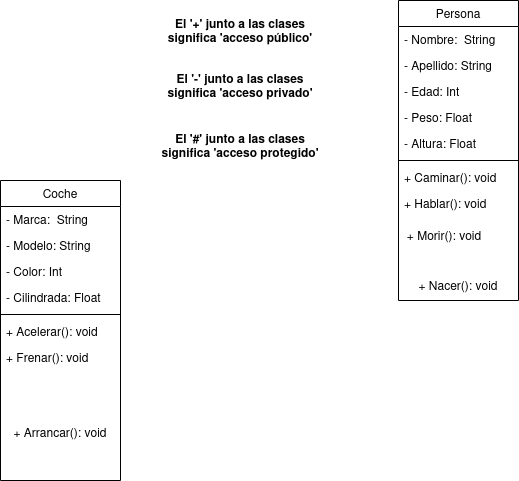
Before: Tareas/Diagrama_Persona.drawio.png, a diagram exported from draw.io (edumel20/Diagrama_Clases). Source tidied: cells renumbered, new cells last; positions are measured from the earlier drawing's top-left corner, leaving out a move shared by most shapes.
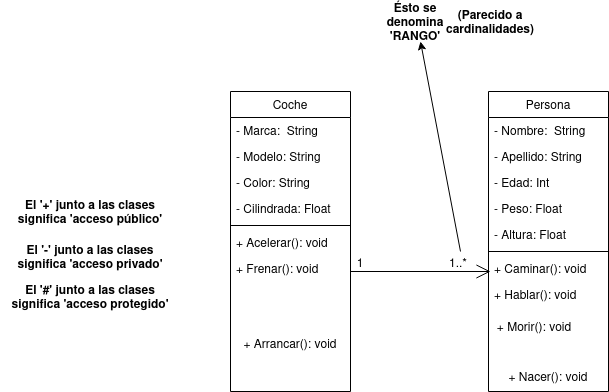
After the commit.

The edit, as a diff of the source:
```diff
@@ -36,16 +36,16 @@
       <mxGeometry x="398" y="220" width="92" height="30" as="geometry" />
     </mxCell>
     <mxCell id="13" value="&lt;b&gt;El '+' junto a las clases significa 'acceso público'&lt;br&gt;&lt;/b&gt;" style="text;html=1;strokeColor=none;fillColor=none;align=center;verticalAlign=middle;whiteSpace=wrap;rounded=0;" parent="1" vertex="1">
-      <mxGeometry x="150" y="10" width="180" height="40" as="geometry" />
+      <mxGeometry x="-90" y="100" width="180" height="40" as="geometry" />
     </mxCell>
     <mxCell id="14" value="&lt;b&gt;El '-' junto a las clases significa 'acceso privado'&lt;br&gt;&lt;/b&gt;" style="text;html=1;strokeColor=none;fillColor=none;align=center;verticalAlign=middle;whiteSpace=wrap;rounded=0;" parent="1" vertex="1">
-      <mxGeometry x="150" y="70" width="180" height="30" as="geometry" />
+      <mxGeometry x="-90" y="150" width="180" height="30" as="geometry" />
     </mxCell>
     <mxCell id="15" value="&lt;b&gt;El '#' junto a las clases significa 'acceso protegido'&lt;br&gt;&lt;/b&gt;" style="text;html=1;strokeColor=none;fillColor=none;align=center;verticalAlign=middle;whiteSpace=wrap;rounded=0;" parent="1" vertex="1">
-      <mxGeometry x="150" y="130" width="180" height="30" as="geometry" />
+      <mxGeometry x="-90" y="190" width="180" height="30" as="geometry" />
     </mxCell>
     <mxCell id="16" value="Coche" style="swimlane;fontStyle=0;align=center;verticalAlign=top;horizontal=1;startSize=26;rounded=0;shadow=0;strokeWidth=1;" parent="1" vertex="1">
-      <mxGeometry y="180" width="120" height="300" as="geometry" />
+      <mxGeometry x="140" width="120" height="300" as="geometry" />
     </mxCell>
     <mxCell id="17" value="- Marca:  String" style="text;align=left;verticalAlign=top;spacingLeft=4;spacingRight=4;overflow=hidden;" parent="16" vertex="1">
       <mxGeometry y="26" width="120" height="26" as="geometry" />
@@ -53,9 +53,9 @@
     <mxCell id="18" value="- Modelo: String" style="text;align=left;verticalAlign=top;spacingLeft=4;spacingRight=4;overflow=hidden;rounded=0;shadow=0;html=0;" parent="16" vertex="1">
       <mxGeometry y="52" width="120" height="26" as="geometry" />
     </mxCell>
-    <mxCell id="19" value="- Color: Int" style="text;align=left;verticalAlign=top;spacingLeft=4;spacingRight=4;overflow=hidden;rounded=0;shadow=0;html=0;" parent="16" vertex="1">
-      <mxGeometry y="78" width="120" height="26" as="geometry" />
-    </mxCell>
+    <mxCell id="25" value="- Color: String" style="text;align=left;verticalAlign=top;spacingLeft=4;spacingRight=4;overflow=hidden;rounded=0;shadow=0;html=0;" parent="16" vertex="1">
+      <mxGeometry y="78" width="120" height="26" as="geometry" />
+    </mxCell>
     <mxCell id="20" value="- Cilindrada: Float" style="text;align=left;verticalAlign=top;spacingLeft=4;spacingRight=4;overflow=hidden;rounded=0;shadow=0;html=0;" parent="16" vertex="1">
       <mxGeometry y="104" width="120" height="26" as="geometry" />
     </mxCell>
@@ -71,5 +71,29 @@
     <mxCell id="24" value="+ Arrancar(): void" style="text;html=1;strokeColor=none;fillColor=none;align=center;verticalAlign=middle;whiteSpace=wrap;rounded=0;" parent="16" vertex="1">
       <mxGeometry y="244" width="120" height="16" as="geometry" />
     </mxCell>
+    <mxCell id="26" style="endArrow=open;endFill=1;endSize=12;html=1;rounded=0;" parent="1" edge="1">
+      <mxGeometry relative="1" as="geometry">
+        <mxPoint x="260" y="180" as="sourcePoint" />
+        <mxPoint x="400" y="180" as="targetPoint" />
+      </mxGeometry>
+    </mxCell>
+    <mxCell id="27" value="1..*" style="text;html=1;strokeColor=none;fillColor=none;align=center;verticalAlign=middle;whiteSpace=wrap;rounded=0;" parent="1" vertex="1">
+      <mxGeometry x="338" y="156" width="60" height="30" as="geometry" />
+    </mxCell>
+    <mxCell id="28" value="1" style="text;html=1;strokeColor=none;fillColor=none;align=center;verticalAlign=middle;whiteSpace=wrap;rounded=0;" parent="1" vertex="1">
+      <mxGeometry x="240" y="156" width="60" height="30" as="geometry" />
+    </mxCell>
+    <mxCell id="29" style="endArrow=classic;html=1;rounded=0;" parent="1" edge="1">
+      <mxGeometry relative="1" as="geometry">
+        <mxPoint x="370" y="160" as="sourcePoint" />
+        <mxPoint x="330" y="-50" as="targetPoint" />
+      </mxGeometry>
+    </mxCell>
+    <mxCell id="30" value="&lt;b&gt;Ésto se denomina 'RANGO'&lt;/b&gt;" style="text;html=1;strokeColor=none;fillColor=none;align=center;verticalAlign=middle;whiteSpace=wrap;rounded=0;" parent="1" vertex="1">
+      <mxGeometry x="290" y="-90" width="70" height="40" as="geometry" />
+    </mxCell>
+    <mxCell id="31" value="&lt;b&gt;(Parecido a cardinalidades)&lt;/b&gt;" style="text;html=1;strokeColor=none;fillColor=none;align=center;verticalAlign=middle;whiteSpace=wrap;rounded=0;" parent="1" vertex="1">
+      <mxGeometry x="370" y="-85" width="60" height="30" as="geometry" />
+    </mxCell>
   </root>
 </mxGraphModel>
```
